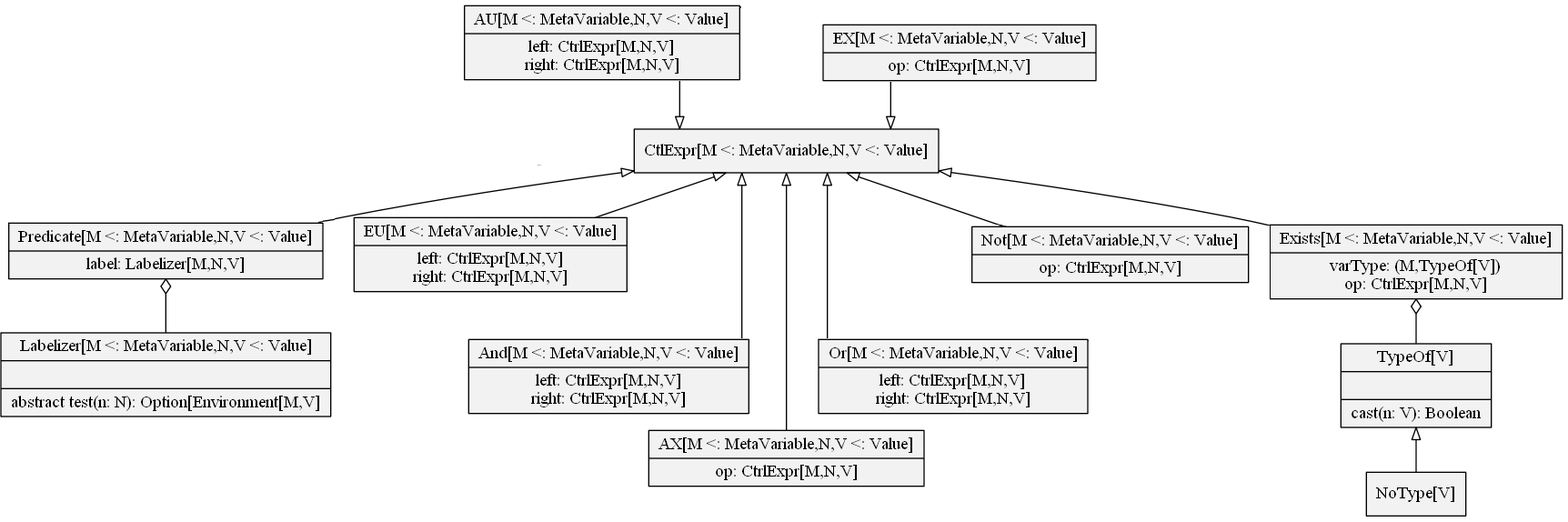
Above: docs/Architecture document/V1/data/CTL_expr.png in jxw1102/Projet-merou (Graphviz), before the change. Its source is kept beside it as docs/Architecture document/V1/data/CTL_expr.dot. Its diagram source:
```dot
digraph hierarchy {
	node[shape=record,style=filled,fillcolor=gray95]
	edge[dir=back, arrowtail=empty]

	Ctl [label="CtlExpr[M \<: MetaVariable,N,V \<: Value]"]
    And [label="{And[M \<: MetaVariable,N,V \<: Value]|left: CtrlExpr[M,N,V]\nright: CtrlExpr[M,N,V]}"]
    Or [label="{Or[M \<: MetaVariable,N,V \<: Value]|left: CtrlExpr[M,N,V]\nright: CtrlExpr[M,N,V]}"]
    AU [label="{AU[M \<: MetaVariable,N,V \<: Value]|left: CtrlExpr[M,N,V]\nright: CtrlExpr[M,N,V]}"]
    EU [label="{EU[M \<: MetaVariable,N,V \<: Value]|left: CtrlExpr[M,N,V]\nright: CtrlExpr[M,N,V]}"]

    AX [label="{AX[M \<: MetaVariable,N,V \<: Value]|op: CtrlExpr[M,N,V]}"]
    EX [label="{EX[M \<: MetaVariable,N,V \<: Value]|op: CtrlExpr[M,N,V]}"]
    Not [label="{Not[M \<: MetaVariable,N,V \<: Value]|op: CtrlExpr[M,N,V]}"]

	Exists [label="{Exists[M \<: MetaVariable,N,V \<: Value]|varType: (M,TypeOf[V])\nop: CtrlExpr[M,N,V]}"]
    Predicate [label="{Predicate[M \<: MetaVariable,N,V \<: Value]|label: Labelizer[M,N,V]}"]

	TypeOf [label="{TypeOf[V]||cast(n: V): Boolean}"]
	NoType [label="NoType[V]"]
	Labelizer [label="{Labelizer[M \<: MetaVariable,N,V \<: Value]|| abstract test(n: N): Option[Environment[M,V]}"]

	Ctl -> And
	Ctl -> Or
	Ctl -> AU
	Ctl -> EU
	Ctl -> AX
	Ctl -> EX
	Ctl -> Not
	Ctl -> Exists
	Ctl -> Predicate
	TypeOf -> NoType

	Predicate -> Labelizer [arrowtail=odiamond]
	Exists -> TypeOf [arrowtail=odiamond]
}
```
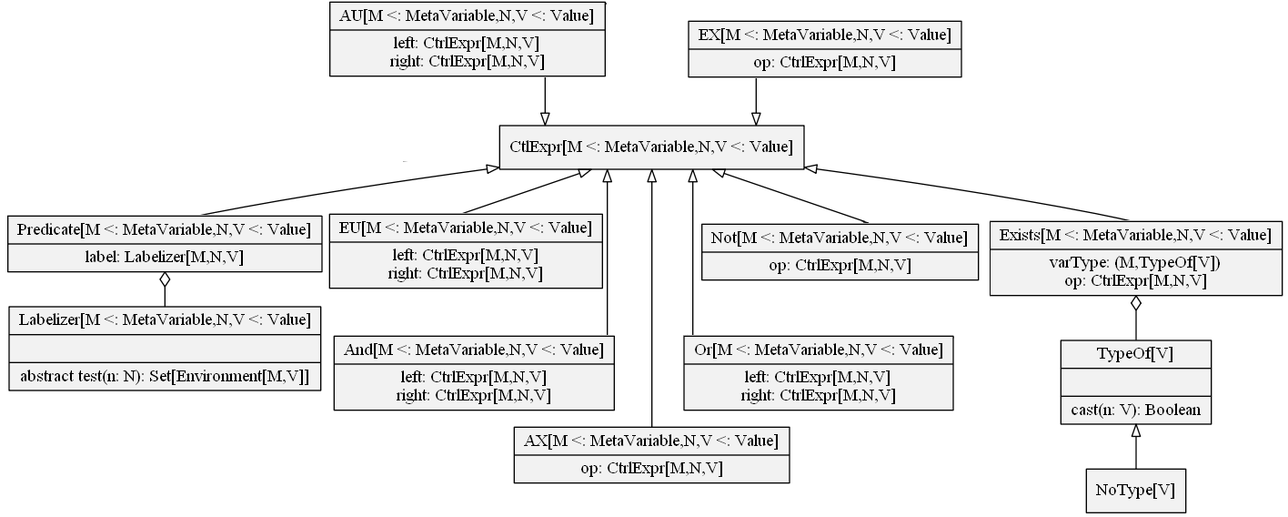
After the commit.

What changed in the source:
```diff
@@ -17,7 +17,7 @@
 
 	TypeOf [label="{TypeOf[V]||cast(n: V): Boolean}"]
 	NoType [label="NoType[V]"]
-	Labelizer [label="{Labelizer[M \<: MetaVariable,N,V \<: Value]|| abstract test(n: N): Option[Environment[M,V]}"]
+	Labelizer [label="{Labelizer[M \<: MetaVariable,N,V \<: Value]|| abstract test(n: N): Set[Environment[M,V]]}"]
 
 	Ctl -> And
 	Ctl -> Or
```
